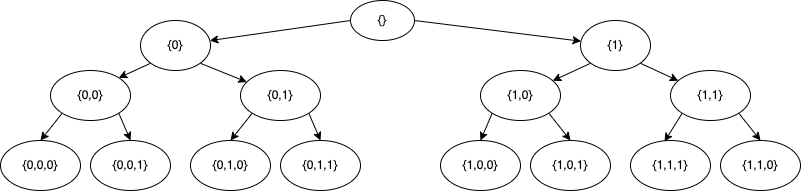
biancatofalo/algo-3 keeps this draw.io diagram as Practica 1/images/backtracking_d.png. Above is the earlier version. Source tidied: cells renumbered, new cells last; positions are measured from the earlier drawing's top-left corner, leaving out a move shared by most shapes.
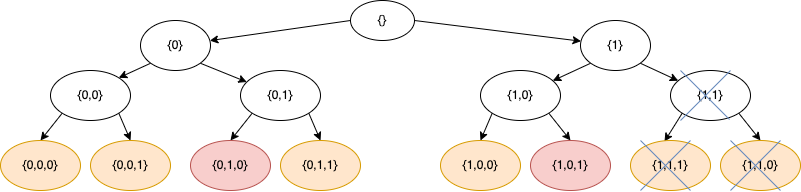
Later version of the same file.

The edit, as a diff of the source:
```diff
@@ -65,29 +65,64 @@
     <mxCell id="22" value="{1,1}" style="ellipse;whiteSpace=wrap;html=1;" parent="1" vertex="1">
       <mxGeometry x="670" y="70" width="80" height="50" as="geometry" />
     </mxCell>
-    <mxCell id="23" value="{0,0,0}" style="ellipse;whiteSpace=wrap;html=1;" parent="1" vertex="1">
+    <mxCell id="23" value="{0,0,0}" style="ellipse;whiteSpace=wrap;html=1;fillColor=#ffe6cc;strokeColor=#d79b00;" parent="1" vertex="1">
       <mxGeometry y="140" width="80" height="50" as="geometry" />
     </mxCell>
-    <mxCell id="24" value="{0,0,1}" style="ellipse;whiteSpace=wrap;html=1;" parent="1" vertex="1">
+    <mxCell id="24" value="{0,0,1}" style="ellipse;whiteSpace=wrap;html=1;fillColor=#ffe6cc;strokeColor=#d79b00;" parent="1" vertex="1">
       <mxGeometry x="90" y="140" width="80" height="50" as="geometry" />
     </mxCell>
-    <mxCell id="25" value="{0,1,0}" style="ellipse;whiteSpace=wrap;html=1;" parent="1" vertex="1">
+    <mxCell id="25" value="{0,1,0}" style="ellipse;whiteSpace=wrap;html=1;fillColor=#f8cecc;strokeColor=#b85450;" parent="1" vertex="1">
       <mxGeometry x="190" y="140" width="80" height="50" as="geometry" />
     </mxCell>
-    <mxCell id="26" value="{0,1,1}" style="ellipse;whiteSpace=wrap;html=1;" parent="1" vertex="1">
+    <mxCell id="26" value="{0,1,1}" style="ellipse;whiteSpace=wrap;html=1;fillColor=#ffe6cc;strokeColor=#d79b00;" parent="1" vertex="1">
       <mxGeometry x="280" y="140" width="80" height="50" as="geometry" />
     </mxCell>
-    <mxCell id="27" value="{1,0,0}" style="ellipse;whiteSpace=wrap;html=1;" parent="1" vertex="1">
+    <mxCell id="27" value="{1,0,0}" style="ellipse;whiteSpace=wrap;html=1;fillColor=#ffe6cc;strokeColor=#d79b00;" parent="1" vertex="1">
       <mxGeometry x="440" y="140" width="80" height="50" as="geometry" />
     </mxCell>
-    <mxCell id="28" value="{1,0,1}" style="ellipse;whiteSpace=wrap;html=1;" parent="1" vertex="1">
+    <mxCell id="28" value="{1,0,1}" style="ellipse;whiteSpace=wrap;html=1;fillColor=#f8cecc;strokeColor=#b85450;" parent="1" vertex="1">
       <mxGeometry x="530" y="140" width="80" height="50" as="geometry" />
     </mxCell>
-    <mxCell id="29" value="{1,1,0}" style="ellipse;whiteSpace=wrap;html=1;" parent="1" vertex="1">
+    <mxCell id="29" value="{1,1,0}" style="ellipse;whiteSpace=wrap;html=1;fillColor=#ffe6cc;strokeColor=#d79b00;" parent="1" vertex="1">
       <mxGeometry x="720" y="140" width="80" height="50" as="geometry" />
     </mxCell>
-    <mxCell id="30" value="{1,1,1}" style="ellipse;whiteSpace=wrap;html=1;" parent="1" vertex="1">
+    <mxCell id="30" value="{1,1,1}" style="ellipse;whiteSpace=wrap;html=1;fillColor=#ffe6cc;strokeColor=#d79b00;" parent="1" vertex="1">
       <mxGeometry x="630" y="140" width="80" height="50" as="geometry" />
     </mxCell>
+    <mxCell id="31" style="endArrow=none;html=1;rounded=0;fillColor=#dae8fc;strokeColor=#6c8ebf;" parent="1" edge="1">
+      <mxGeometry relative="1" as="geometry">
+        <mxPoint x="680" y="120" as="sourcePoint" />
+        <mxPoint x="730" y="70" as="targetPoint" />
+      </mxGeometry>
+    </mxCell>
+    <mxCell id="32" style="endArrow=none;html=1;rounded=0;fillColor=#dae8fc;strokeColor=#6c8ebf;exitX=0.738;exitY=0.98;exitDx=0;exitDy=0;exitPerimeter=0;" parent="1" edge="1" source="22">
+      <mxGeometry relative="1" as="geometry">
+        <mxPoint x="680" y="70" as="targetPoint" />
+      </mxGeometry>
+    </mxCell>
+    <mxCell id="33" style="endArrow=none;html=1;rounded=0;fillColor=#dae8fc;strokeColor=#6c8ebf;" parent="1" edge="1">
+      <mxGeometry relative="1" as="geometry">
+        <mxPoint x="730" y="190" as="sourcePoint" />
+        <mxPoint x="780" y="140" as="targetPoint" />
+      </mxGeometry>
+    </mxCell>
+    <mxCell id="34" style="endArrow=none;html=1;rounded=0;fillColor=#dae8fc;strokeColor=#6c8ebf;" parent="1" edge="1">
+      <mxGeometry relative="1" as="geometry">
+        <mxPoint x="780" y="190" as="sourcePoint" />
+        <mxPoint x="730" y="140" as="targetPoint" />
+      </mxGeometry>
+    </mxCell>
+    <mxCell id="35" style="endArrow=none;html=1;rounded=0;fillColor=#dae8fc;strokeColor=#6c8ebf;" parent="1" edge="1">
+      <mxGeometry relative="1" as="geometry">
+        <mxPoint x="640" y="190" as="sourcePoint" />
+        <mxPoint x="690" y="140" as="targetPoint" />
+      </mxGeometry>
+    </mxCell>
+    <mxCell id="36" style="endArrow=none;html=1;rounded=0;fillColor=#dae8fc;strokeColor=#6c8ebf;" parent="1" edge="1">
+      <mxGeometry relative="1" as="geometry">
+        <mxPoint x="690" y="190" as="sourcePoint" />
+        <mxPoint x="640" y="140" as="targetPoint" />
+      </mxGeometry>
+    </mxCell>
   </root>
 </mxGraphModel>
```
